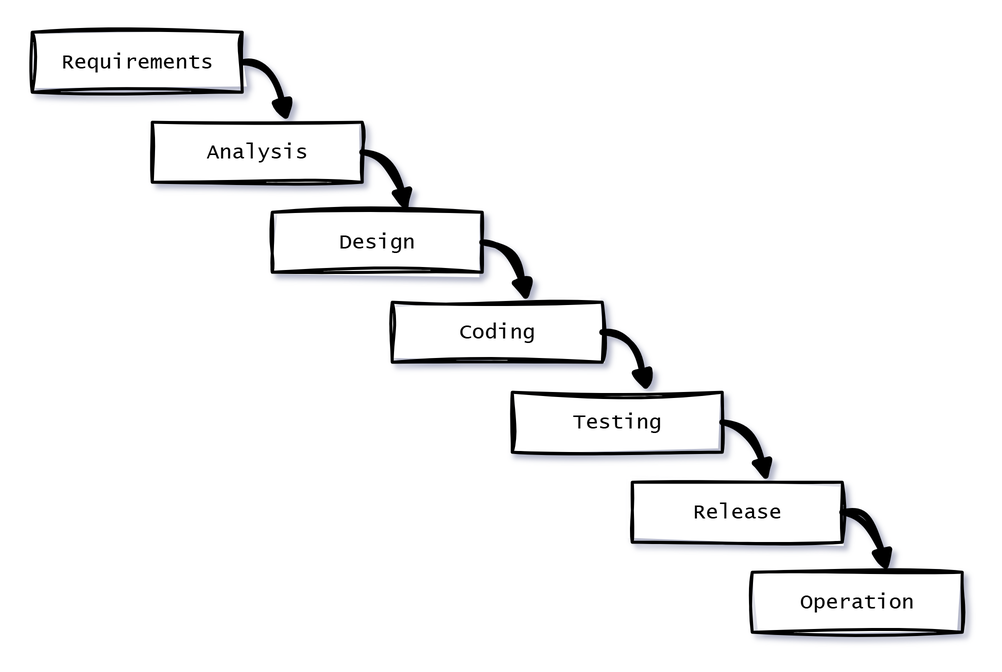
The draw.io diagram ts/001/_/stepwise.drawio.png in kieranpotts/standards, before a commit. Source tidied: cells renumbered, new cells last; positions are measured from the earlier drawing's top-left corner, leaving out a move shared by most shapes.
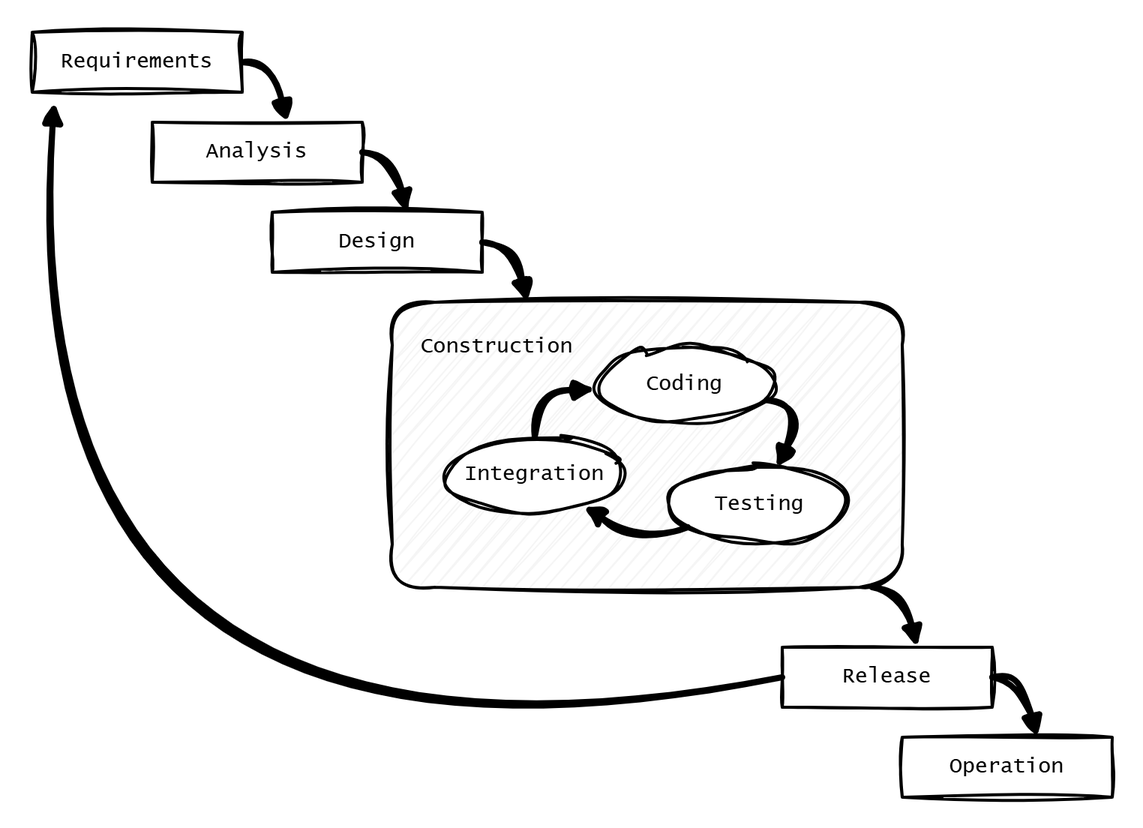
The same diagram one commit later.

Change to the diagram source:
```diff
@@ -2,6 +2,9 @@
   <root>
     <mxCell id="0" />
     <mxCell id="1" parent="0" />
+    <mxCell id="15" style="rounded=1;whiteSpace=wrap;html=1;fillColor=#f5f5f5;strokeColor=#000000;sketch=1;curveFitting=1;jiggle=2;fontColor=#333333;strokeWidth=2;" parent="1" vertex="1">
+      <mxGeometry x="240" y="180" width="340" height="190" as="geometry" />
+    </mxCell>
     <mxCell id="2" value="&lt;span&gt;Requirements&lt;/span&gt;" style="rounded=0;whiteSpace=wrap;html=1;fontStyle=0;fontFamily=Lucida Console;fontSize=14;strokeWidth=2;miterlimit=4;shadow=0;sketch=1;curveFitting=1;jiggle=2;" parent="1" vertex="1">
       <mxGeometry width="140" height="40" as="geometry" />
     </mxCell>
@@ -11,17 +14,11 @@
     <mxCell id="4" value="&lt;span&gt;Design&lt;/span&gt;" style="rounded=0;whiteSpace=wrap;html=1;fontStyle=0;fontFamily=Lucida Console;fontSize=14;strokeWidth=2;sketch=1;curveFitting=1;jiggle=2;" parent="1" vertex="1">
       <mxGeometry x="160" y="120" width="140" height="40" as="geometry" />
     </mxCell>
-    <mxCell id="5" value="&lt;span&gt;Coding&lt;/span&gt;" style="rounded=0;whiteSpace=wrap;html=1;fontStyle=0;fontFamily=Lucida Console;fontSize=14;strokeWidth=2;sketch=1;curveFitting=1;jiggle=2;" parent="1" vertex="1">
-      <mxGeometry x="240" y="180" width="140" height="40" as="geometry" />
-    </mxCell>
-    <mxCell id="6" value="&lt;span&gt;Testing&lt;/span&gt;" style="rounded=0;whiteSpace=wrap;html=1;fontStyle=0;fontFamily=Lucida Console;fontSize=14;strokeWidth=2;sketch=1;curveFitting=1;jiggle=2;" parent="1" vertex="1">
-      <mxGeometry x="320" y="240" width="140" height="40" as="geometry" />
-    </mxCell>
     <mxCell id="7" value="&lt;span&gt;Release&lt;/span&gt;" style="rounded=0;whiteSpace=wrap;html=1;fontStyle=0;fontFamily=Lucida Console;fontSize=14;strokeWidth=2;sketch=1;curveFitting=1;jiggle=2;" parent="1" vertex="1">
-      <mxGeometry x="400" y="300" width="140" height="40" as="geometry" />
+      <mxGeometry x="500" y="410" width="140" height="40" as="geometry" />
     </mxCell>
     <mxCell id="8" value="&lt;span&gt;Operation&lt;/span&gt;" style="rounded=0;whiteSpace=wrap;html=1;fontStyle=0;fontFamily=Lucida Console;fontSize=14;strokeWidth=2;sketch=1;curveFitting=1;jiggle=2;" parent="1" vertex="1">
-      <mxGeometry x="480" y="360" width="140" height="40" as="geometry" />
+      <mxGeometry x="580" y="470" width="140" height="40" as="geometry" />
     </mxCell>
     <mxCell id="9" style="curved=1;endArrow=block;html=1;rounded=0;exitX=1;exitY=0.5;exitDx=0;exitDy=0;strokeWidth=4;endFill=1;entryX=0.643;entryY=0;entryDx=0;entryDy=0;entryPerimeter=0;sketch=1;curveFitting=1;jiggle=2;" parent="1" edge="1" source="2" target="3">
       <mxGeometry relative="1" as="geometry">
@@ -48,32 +45,63 @@
         </Array>
       </mxGeometry>
     </mxCell>
-    <mxCell id="12" style="curved=1;endArrow=block;html=1;rounded=0;exitX=1;exitY=0.5;exitDx=0;exitDy=0;strokeWidth=4;endFill=1;entryX=0.643;entryY=0;entryDx=0;entryDy=0;entryPerimeter=0;sketch=1;curveFitting=1;jiggle=2;" parent="1" edge="1">
-      <mxGeometry relative="1" as="geometry">
-        <mxPoint x="380" y="200" as="sourcePoint" />
-        <mxPoint x="410" y="240" as="targetPoint" />
-        <Array as="points">
-          <mxPoint x="400" y="200" />
-        </Array>
-      </mxGeometry>
-    </mxCell>
     <mxCell id="13" style="curved=1;endArrow=block;html=1;rounded=0;exitX=1;exitY=0.5;exitDx=0;exitDy=0;strokeWidth=4;endFill=1;entryX=0.643;entryY=0;entryDx=0;entryDy=0;entryPerimeter=0;sketch=1;curveFitting=1;jiggle=2;" parent="1" edge="1">
       <mxGeometry relative="1" as="geometry">
-        <mxPoint x="460" y="260" as="sourcePoint" />
-        <mxPoint x="490" y="300" as="targetPoint" />
+        <mxPoint x="560" y="370" as="sourcePoint" />
+        <mxPoint x="590" y="410" as="targetPoint" />
         <Array as="points">
-          <mxPoint x="480" y="260" />
+          <mxPoint x="580" y="370" />
         </Array>
       </mxGeometry>
     </mxCell>
     <mxCell id="14" style="curved=1;endArrow=block;html=1;rounded=0;exitX=1;exitY=0.5;exitDx=0;exitDy=0;strokeWidth=4;endFill=1;entryX=0.643;entryY=0;entryDx=0;entryDy=0;entryPerimeter=0;sketch=1;curveFitting=1;jiggle=2;" parent="1" edge="1">
       <mxGeometry relative="1" as="geometry">
-        <mxPoint x="540" y="320" as="sourcePoint" />
-        <mxPoint x="570" y="360" as="targetPoint" />
+        <mxPoint x="640" y="430" as="sourcePoint" />
+        <mxPoint x="670" y="470" as="targetPoint" />
         <Array as="points">
-          <mxPoint x="560" y="320" />
+          <mxPoint x="660" y="430" />
         </Array>
       </mxGeometry>
     </mxCell>
+    <mxCell id="5" value="&lt;span style=&quot;font-family: &amp;quot;Lucida Console&amp;quot;; font-size: 14px;&quot;&gt;Coding&lt;/span&gt;" style="ellipse;whiteSpace=wrap;html=1;strokeWidth=2;sketch=1;curveFitting=1;jiggle=2;" parent="1" vertex="1">
+      <mxGeometry x="375" y="210" width="120" height="50" as="geometry" />
+    </mxCell>
+    <mxCell id="6" value="&lt;span style=&quot;font-family: &amp;quot;Lucida Console&amp;quot;; font-size: 14px;&quot;&gt;Testing&lt;/span&gt;" style="ellipse;whiteSpace=wrap;html=1;strokeWidth=2;sketch=1;curveFitting=1;jiggle=2;" parent="1" vertex="1">
+      <mxGeometry x="425" y="290" width="120" height="50" as="geometry" />
+    </mxCell>
+    <mxCell id="16" value="&lt;span style=&quot;font-family: &amp;quot;Lucida Console&amp;quot;; font-size: 14px;&quot;&gt;Integration&lt;/span&gt;" style="ellipse;whiteSpace=wrap;html=1;strokeWidth=2;sketch=1;curveFitting=1;jiggle=2;" parent="1" vertex="1">
+      <mxGeometry x="275" y="270" width="120" height="50" as="geometry" />
+    </mxCell>
+    <mxCell id="17" style="curved=1;endArrow=block;html=1;rounded=0;strokeWidth=4;endFill=1;sketch=1;curveFitting=1;jiggle=2;" parent="1" edge="1" source="5" target="6">
+      <mxGeometry relative="1" as="geometry">
+        <Array as="points">
+          <mxPoint x="515" y="250" />
+        </Array>
+      </mxGeometry>
+    </mxCell>
+    <mxCell id="18" style="curved=1;endArrow=block;html=1;rounded=0;strokeWidth=4;endFill=1;sketch=1;curveFitting=1;jiggle=2;" parent="1" edge="1" source="6" target="16">
+      <mxGeometry relative="1" as="geometry">
+        <Array as="points">
+          <mxPoint x="405" y="340" />
+        </Array>
+      </mxGeometry>
+    </mxCell>
+    <mxCell id="19" style="curved=1;endArrow=block;html=1;rounded=0;strokeWidth=4;endFill=1;sketch=1;curveFitting=1;jiggle=2;" parent="1" edge="1" source="16" target="5">
+      <mxGeometry relative="1" as="geometry">
+        <Array as="points">
+          <mxPoint x="335" y="240" />
+        </Array>
+      </mxGeometry>
+    </mxCell>
+    <mxCell id="20" value="Construction" style="text;html=1;align=center;verticalAlign=middle;whiteSpace=wrap;rounded=0;fontFamily=Lucida Console;fontSize=14;" parent="1" vertex="1">
+      <mxGeometry x="250" y="195" width="120" height="30" as="geometry" />
+    </mxCell>
+    <mxCell id="21" style="curved=1;endArrow=block;html=1;rounded=0;strokeWidth=4;endFill=1;sketch=1;curveFitting=1;jiggle=2;entryX=0.105;entryY=1.167;entryDx=0;entryDy=0;entryPerimeter=0;exitX=0;exitY=0.5;exitDx=0;exitDy=0;" parent="1" edge="1" source="7" target="2">
+      <mxGeometry relative="1" as="geometry">
+        <Array as="points">
+          <mxPoint x="-20" y="530" />
+        </Array>
+      </mxGeometry>
+    </mxCell>
   </root>
 </mxGraphModel>
```
